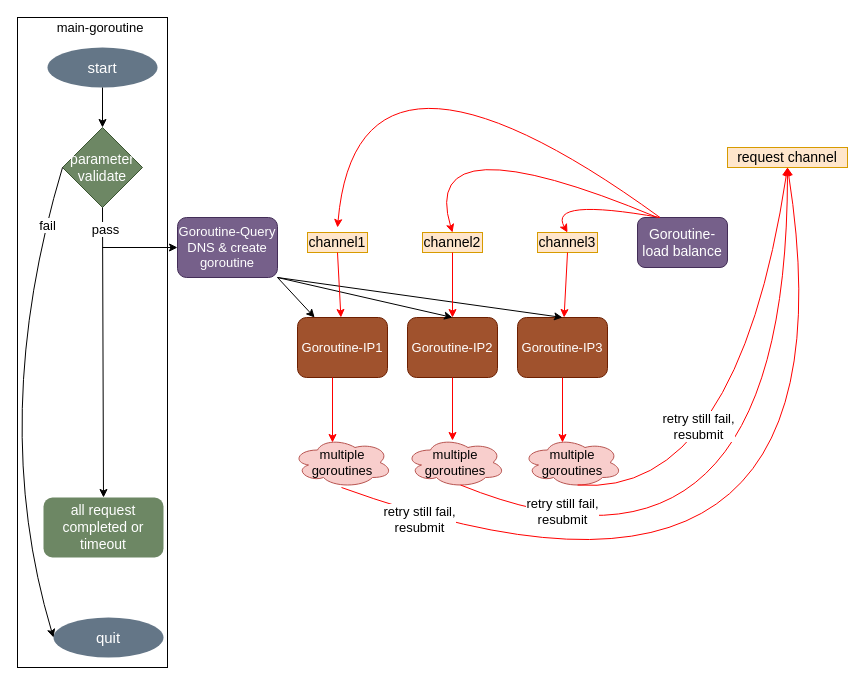
josephzhong333/clienttool keeps this draw.io diagram as images/clienttool.drawio. Above is the earlier version. Source tidied: cells renumbered, new cells numbered last; positions are measured from the earlier drawing's top-left corner, leaving out a move shared by most shapes. Both pictures are drawn from the tidied source at 100%, with x=0, y=0 at pixel (-13, -3).
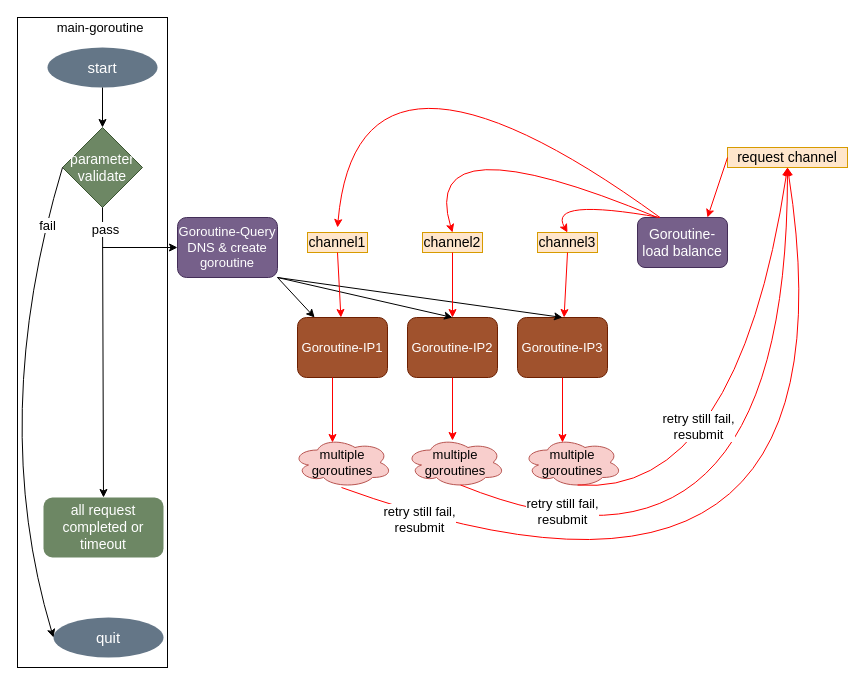
Above is the later version.

Unchanged cells that the change refers to:
```xml
<mxCell id="9" value="request channel" style="rounded=0;whiteSpace=wrap;html=1;fillColor=#ffe6cc;strokeColor=#d79b00;fontSize=14;" parent="1" vertex="1">
  <mxGeometry x="740" y="150" width="120" height="20" as="geometry" />
</mxCell>
```

The edit, as a diff of the source:
```diff
@@
+    <mxCell id="44" style="endArrow=classic;html=1;strokeColor=#FF0000;fontSize=13;exitX=0;exitY=0.5;exitDx=0;exitDy=0;" parent="1" edge="1" source="9">
+      <mxGeometry relative="1" as="geometry">
+        <mxPoint x="720" y="220" as="targetPoint" />
+      </mxGeometry>
+    </mxCell>
```
